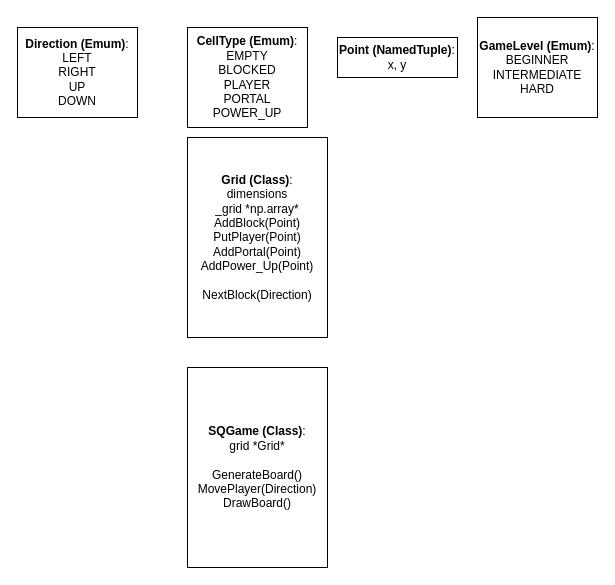
Before: slide-quest-design.drawio in mschmidlin1/slide-quest, a draw.io diagram. Source tidied: cells renumbered, new cells numbered last; positions are measured from the earlier drawing's top-left corner, leaving out a move shared by most shapes. Both pictures are drawn from the tidied source at 100%, with x=0, y=0 at pixel (17, 17).
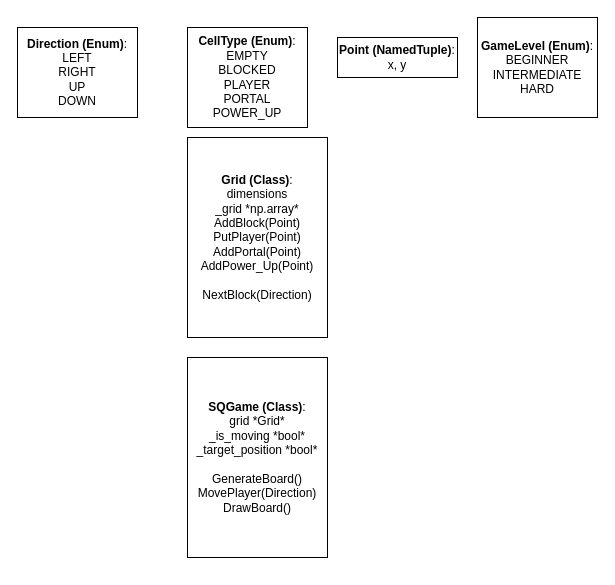
The same page after the edit.

The edit, as a diff of the source:
```diff
@@
 <mxGraphModel>
   <root>
     <mxCell id="0" />
     <mxCell id="1" parent="0" />
-    <mxCell id="2" value="&lt;b&gt;Direction (Emum)&lt;/b&gt;:&lt;br&gt;LEFT&lt;br&gt;RIGHT&lt;br&gt;UP&lt;br&gt;DOWN" style="rounded=0;whiteSpace=wrap;html=1;strokeColor=#000000;" parent="1" vertex="1">
+    <mxCell id="2" value="&lt;b&gt;Direction (Enum)&lt;/b&gt;:&lt;br&gt;LEFT&lt;br&gt;RIGHT&lt;br&gt;UP&lt;br&gt;DOWN" style="rounded=0;whiteSpace=wrap;html=1;strokeColor=#000000;" parent="1" vertex="1">
       <mxGeometry y="10" width="120" height="90" as="geometry" />
     </mxCell>
-    <mxCell id="3" value="&lt;b&gt;CellType (Emum)&lt;/b&gt;:&lt;br&gt;EMPTY&lt;br&gt;BLOCKED&lt;br&gt;PLAYER&lt;br&gt;PORTAL&lt;br&gt;POWER_UP" style="rounded=0;whiteSpace=wrap;html=1;strokeColor=#000000;" parent="1" vertex="1">
+    <mxCell id="3" value="&lt;b&gt;CellType (Enum)&lt;/b&gt;:&lt;br&gt;EMPTY&lt;br&gt;BLOCKED&lt;br&gt;PLAYER&lt;br&gt;PORTAL&lt;br&gt;POWER_UP" style="rounded=0;whiteSpace=wrap;html=1;strokeColor=#000000;" parent="1" vertex="1">
       <mxGeometry x="170" y="10" width="120" height="100" as="geometry" />
     </mxCell>
     <mxCell id="4" value="&lt;b&gt;Grid (Class)&lt;/b&gt;:&lt;br&gt;dimensions&lt;br&gt;_grid *np.array*&lt;br&gt;AddBlock(Point)&lt;br&gt;PutPlayer(Point)&lt;br&gt;AddPortal(Point)&lt;br&gt;AddPower_Up(Point)&lt;br&gt;&lt;br&gt;NextBlock(Direction)" style="rounded=0;whiteSpace=wrap;html=1;strokeColor=#000000;" parent="1" vertex="1">
       <mxGeometry x="170" y="120" width="140" height="200" as="geometry" />
     </mxCell>
     <mxCell id="5" value="&lt;b&gt;Point (NamedTuple)&lt;/b&gt;:&lt;br&gt;x, y" style="rounded=0;whiteSpace=wrap;html=1;strokeColor=#000000;" parent="1" vertex="1">
       <mxGeometry x="320" y="20" width="120" height="40" as="geometry" />
     </mxCell>
-    <mxCell id="6" value="&lt;b&gt;SQGame (Class)&lt;/b&gt;:&lt;br&gt;grid *Grid*&lt;br&gt;&lt;br&gt;GenerateBoard()&lt;br&gt;MovePlayer(Direction)&lt;br&gt;DrawBoard()&lt;br&gt;" style="rounded=0;whiteSpace=wrap;html=1;strokeColor=#000000;" parent="1" vertex="1">
-      <mxGeometry x="170" y="350" width="140" height="200" as="geometry" />
+    <mxCell id="6" value="&lt;b&gt;SQGame (Class)&lt;/b&gt;:&lt;br&gt;grid *Grid*&lt;br&gt;_is_moving *bool*&lt;br&gt;_target_position *bool*&lt;br&gt;&lt;br&gt;GenerateBoard()&lt;br&gt;MovePlayer(Direction)&lt;br&gt;DrawBoard()&lt;br&gt;" style="rounded=0;whiteSpace=wrap;html=1;strokeColor=#000000;" parent="1" vertex="1">
+      <mxGeometry x="170" y="340" width="140" height="200" as="geometry" />
     </mxCell>
-    <mxCell id="7" value="&lt;b&gt;GameLevel (Emum)&lt;/b&gt;:&lt;br&gt;BEGINNER&lt;br&gt;INTERMEDIATE&lt;br&gt;HARD" style="rounded=0;whiteSpace=wrap;html=1;strokeColor=#000000;" parent="1" vertex="1">
+    <mxCell id="7" value="&lt;b&gt;GameLevel (Enum)&lt;/b&gt;:&lt;br&gt;BEGINNER&lt;br&gt;INTERMEDIATE&lt;br&gt;HARD" style="rounded=0;whiteSpace=wrap;html=1;strokeColor=#000000;" parent="1" vertex="1">
       <mxGeometry x="460" width="120" height="100" as="geometry" />
     </mxCell>
   </root>
 </mxGraphModel>
```
